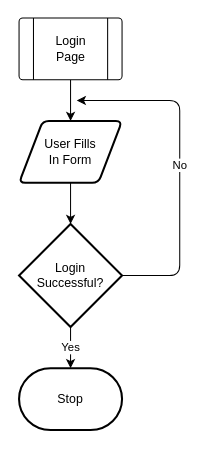
Earlier version of the draw.io diagram NEA-Final/Writeup/Design/Flowcharts/loginpage.drawio (connormcharg/school-work). Source tidied: cells renumbered, new cells numbered last; positions are measured from the earlier drawing's top-left corner, leaving out a move shared by most shapes. Both pictures are drawn from the tidied source at 103%, with x=0, y=0 at pixel (19, 18).
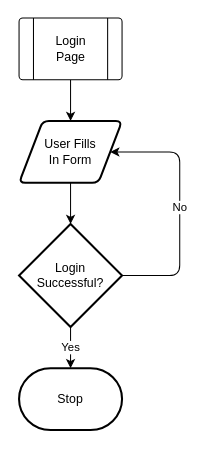
After the change.

Change to the diagram source:
```diff
@@
 <mxGraphModel>
   <root>
     <mxCell id="0" />
     <mxCell id="1" parent="0" />
     <mxCell id="2" style="edgeStyle=none;html=1;" parent="1" edge="1" target="4">
       <mxGeometry relative="1" as="geometry">
         <mxPoint x="50" y="60" as="sourcePoint" />
       </mxGeometry>
     </mxCell>
     <mxCell id="3" style="edgeStyle=none;html=1;" parent="1" edge="1" source="4" target="7">
       <mxGeometry relative="1" as="geometry" />
     </mxCell>
     <mxCell id="4" value="User Fills&lt;br&gt;In Form" style="shape=parallelogram;html=1;strokeWidth=2;perimeter=parallelogramPerimeter;whiteSpace=wrap;rounded=1;arcSize=12;size=0.23;" parent="1" vertex="1">
       <mxGeometry y="100" width="100" height="60" as="geometry" />
     </mxCell>
     <mxCell id="5" value="Yes" style="edgeStyle=none;html=1;" parent="1" edge="1" source="7" target="8">
       <mxGeometry relative="1" as="geometry" />
     </mxCell>
-    <mxCell id="6" value="No" style="edgeStyle=none;html=1;" parent="1" edge="1" source="7">
+    <mxCell id="6" value="No" style="edgeStyle=none;html=1;entryX=1;entryY=0.5;entryDx=0;entryDy=0;" parent="1" edge="1" source="7" target="4">
       <mxGeometry relative="1" as="geometry">
-        <mxPoint x="56" y="80" as="targetPoint" />
         <Array as="points">
           <mxPoint x="156" y="250" />
-          <mxPoint x="156" y="80" />
+          <mxPoint x="156" y="130" />
         </Array>
       </mxGeometry>
     </mxCell>
     <mxCell id="7" value="Login&lt;br&gt;Successful?" style="strokeWidth=2;html=1;shape=mxgraph.flowchart.decision;whiteSpace=wrap;" parent="1" vertex="1">
       <mxGeometry y="200" width="100" height="100" as="geometry" />
     </mxCell>
     <mxCell id="8" value="Stop" style="strokeWidth=2;html=1;shape=mxgraph.flowchart.terminator;whiteSpace=wrap;" parent="1" vertex="1">
       <mxGeometry y="340" width="100" height="60" as="geometry" />
     </mxCell>
     <mxCell id="9" style="verticalLabelPosition=bottom;verticalAlign=top;html=1;shape=process;whiteSpace=wrap;rounded=1;size=0.14;arcSize=6;" parent="1" vertex="1">
       <mxGeometry width="100" height="60" as="geometry" />
     </mxCell>
     <mxCell id="10" value="Login&lt;br&gt;Page" style="text;html=1;align=center;verticalAlign=middle;strokeColor=none;fillColor=none;" parent="1" vertex="1">
       <mxGeometry x="25" y="10" width="50" height="40" as="geometry" />
     </mxCell>
   </root>
 </mxGraphModel>
```
